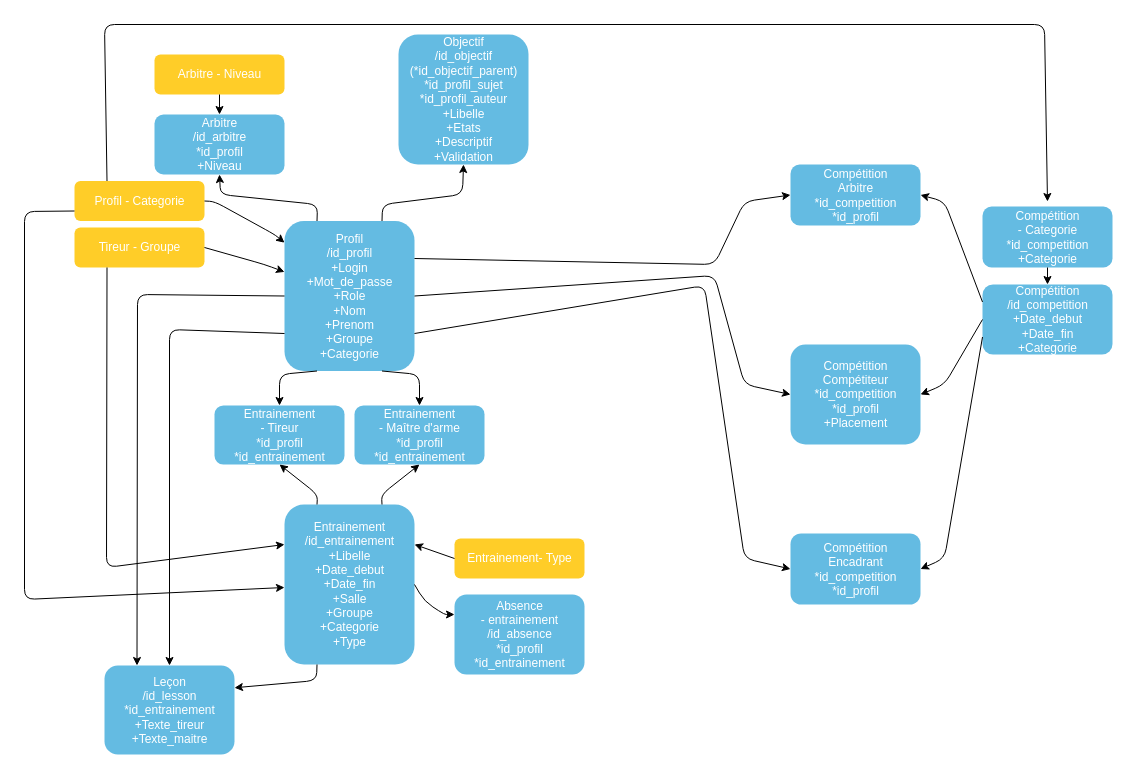
Letonade/Hitema-M1x2-OneWeek-2018-2019 keeps this draw.io diagram as CEACEMVS.drawio. Above is the earlier version. Source tidied: cells renumbered, new cells numbered last; positions are measured from the earlier drawing's top-left corner, leaving out a move shared by most shapes. Both pictures are drawn from the tidied source at 100%, with x=0, y=0 at pixel (24, 24).
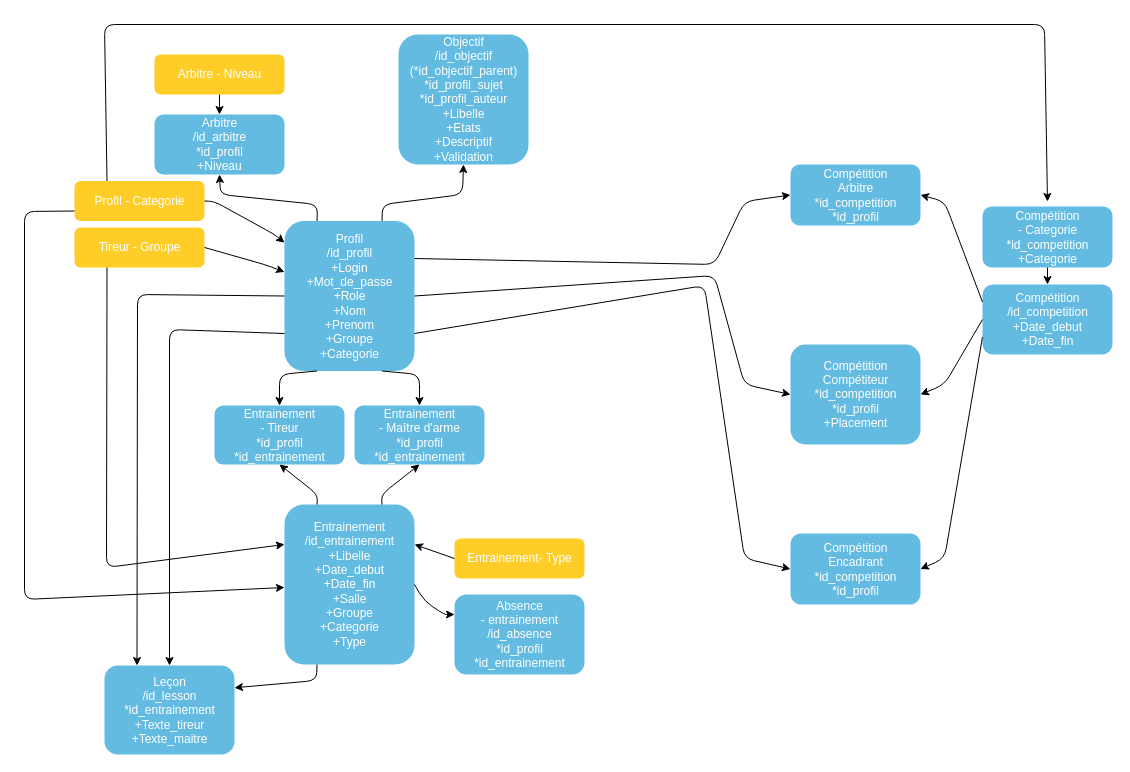
Above is the later version.

Change to the diagram source:
```diff
@@
-    <mxCell id="20" value="&lt;div&gt;Compétition&lt;/div&gt;&lt;div&gt;/id_competition&lt;br&gt;&lt;/div&gt;&lt;div&gt;+Date_debut&lt;/div&gt;&lt;div&gt;+Date_fin&lt;/div&gt;&lt;div&gt;+Categorie&lt;/div&gt;" style="rounded=1;fillColor=#64BBE2;strokeColor=none;strokeWidth=3;shadow=0;html=1;fontColor=#FFFFFF;" parent="1" vertex="1">
+    <mxCell id="20" value="&lt;div&gt;Compétition&lt;/div&gt;&lt;div&gt;/id_competition&lt;br&gt;&lt;/div&gt;&lt;div&gt;+Date_debut&lt;/div&gt;&lt;div&gt;+Date_fin&lt;/div&gt;" style="rounded=1;fillColor=#64BBE2;strokeColor=none;strokeWidth=3;shadow=0;html=1;fontColor=#FFFFFF;" parent="1" vertex="1">
       <mxGeometry x="958" y="260" width="130" height="70" as="geometry" />
     </mxCell>
```
